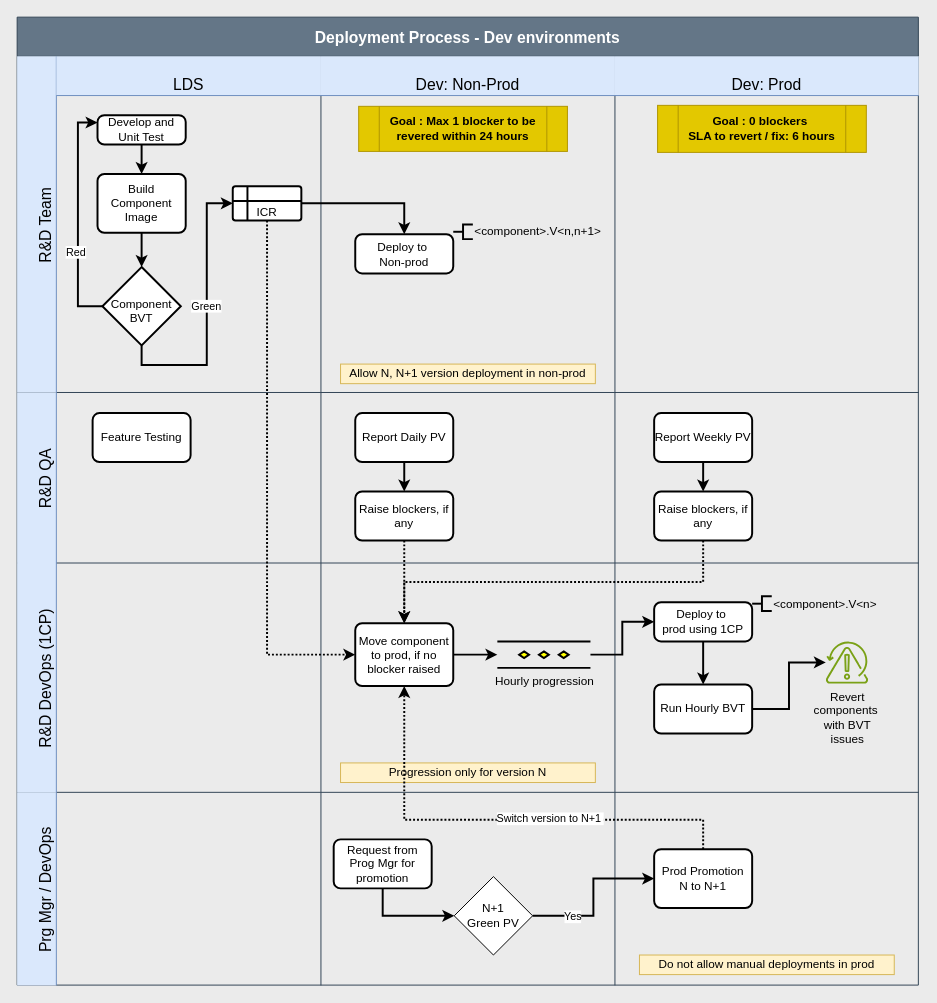
Earlier version of the draw.io diagram Release process.drawio (prasad-gsk-IBM/myibmrepo-prasad). Source tidied: cells renumbered, new cells numbered last; positions are measured from the earlier drawing's top-left corner, leaving out a move shared by most shapes. Both pictures are drawn from the tidied source at 98%, with x=0, y=0 at pixel (17, 17).
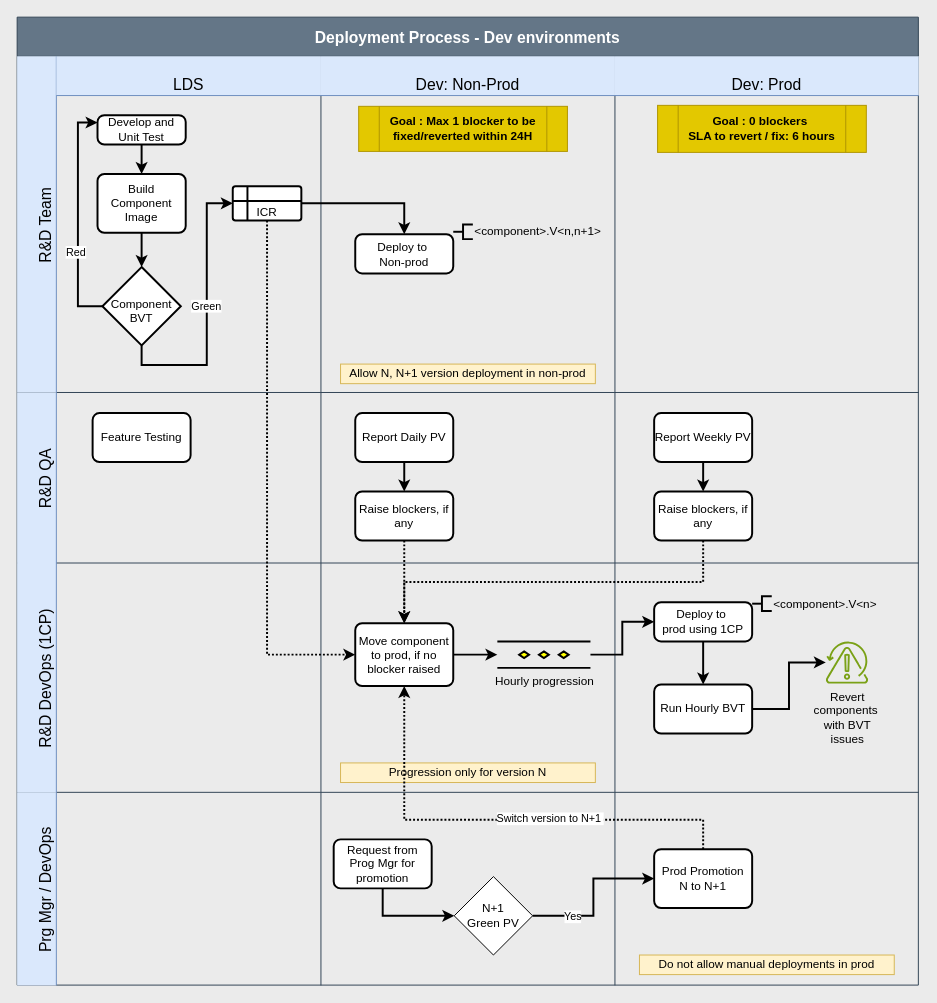
The same page after the edit.

Unchanged cells that the change refers to:
```xml
<mxCell id="15" value="Dev: Non-Prod" style="swimlane;swimlaneHead=0;swimlaneBody=0;fontStyle=0;strokeColor=#6c8ebf;fillColor=#dae8fc;startSize=40;fontSize=16;verticalAlign=bottom;" parent="3" vertex="1">
  <mxGeometry x="310" width="300" height="343" as="geometry" />
</mxCell>
```

Diff of the diagram source:
```diff
@@
-    <mxCell id="19" value="Goal : Max 1 blocker to be revered within&amp;nbsp;&lt;span style=&quot;background-color: transparent; color: light-dark(rgb(0, 0, 0), rgb(237, 237, 237));&quot;&gt;24 hours&lt;/span&gt;" style="shape=process;whiteSpace=wrap;html=1;backgroundOutline=1;fillColor=#e3c800;strokeColor=#B09500;fontColor=#000000;fontStyle=1;" parent="15" vertex="1">
+    <mxCell id="19" value="Goal : Max 1 blocker to be fixed/reverted within&amp;nbsp;&lt;span style=&quot;background-color: transparent; color: light-dark(rgb(0, 0, 0), rgb(237, 237, 237));&quot;&gt;24H&lt;/span&gt;" style="shape=process;whiteSpace=wrap;html=1;backgroundOutline=1;fillColor=#e3c800;strokeColor=#B09500;fontColor=#000000;fontStyle=1;" parent="15" vertex="1">
       <mxGeometry x="38.5" y="51" width="213" height="46" as="geometry" />
     </mxCell>
```
